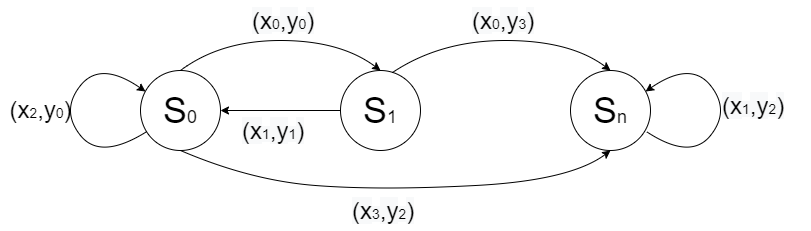
tchernets-maria/progectToNeo keeps this draw.io diagram as 1png.drawio.png. Above is the earlier version. Source tidied: cells renumbered, new cells last; positions are measured from the earlier drawing's top-left corner, leaving out a move shared by most shapes.
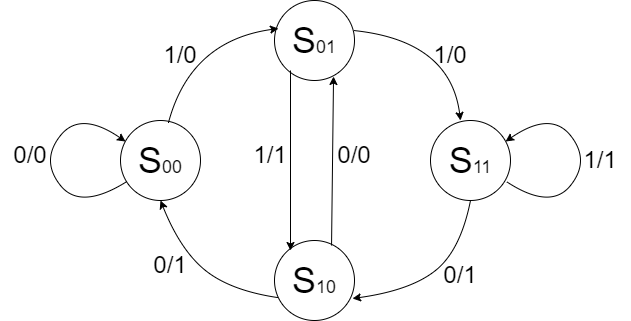
After the commit.

The edit, as a diff of the source:
```diff
@@ -2,44 +2,15 @@
   <root>
     <mxCell id="0" />
     <mxCell id="1" parent="0" />
-    <mxCell id="2" value="&lt;font style=&quot;&quot;&gt;&lt;font style=&quot;font-size: 36px;&quot;&gt;S&lt;/font&gt;&lt;font style=&quot;font-size: 18px;&quot;&gt;0&lt;/font&gt;&lt;/font&gt;" style="ellipse;whiteSpace=wrap;html=1;" parent="1" vertex="1">
+    <mxCell id="2" value="&lt;font style=&quot;&quot;&gt;&lt;font style=&quot;font-size: 36px;&quot;&gt;S&lt;/font&gt;&lt;font style=&quot;font-size: 18px;&quot;&gt;00&lt;/font&gt;&lt;/font&gt;" style="ellipse;whiteSpace=wrap;html=1;" parent="1" vertex="1">
       <mxGeometry x="140" y="70" width="80" height="80" as="geometry" />
     </mxCell>
-    <mxCell id="3" value="&lt;font style=&quot;font-size: 36px;&quot;&gt;S&lt;/font&gt;&lt;font style=&quot;font-size: 18px;&quot;&gt;1&lt;/font&gt;" style="ellipse;whiteSpace=wrap;html=1;" parent="1" vertex="1">
-      <mxGeometry x="340" y="70" width="80" height="80" as="geometry" />
+    <mxCell id="3" value="&lt;font style=&quot;font-size: 36px;&quot;&gt;S&lt;/font&gt;&lt;font style=&quot;font-size: 18px;&quot;&gt;0&lt;/font&gt;&lt;font style=&quot;font-size: 18px;&quot;&gt;1&lt;/font&gt;" style="ellipse;whiteSpace=wrap;html=1;" parent="1" vertex="1">
+      <mxGeometry x="294" y="-50" width="80" height="80" as="geometry" />
     </mxCell>
-    <mxCell id="4" value="&lt;font style=&quot;font-size: 36px;&quot;&gt;S&lt;/font&gt;&lt;font style=&quot;font-size: 18px;&quot;&gt;n&lt;/font&gt;" style="ellipse;whiteSpace=wrap;html=1;" parent="1" vertex="1">
-      <mxGeometry x="570" y="70" width="80" height="80" as="geometry" />
+    <mxCell id="4" value="&lt;font style=&quot;font-size: 36px;&quot;&gt;S&lt;/font&gt;&lt;font style=&quot;font-size: 18px;&quot;&gt;11&lt;/font&gt;" style="ellipse;whiteSpace=wrap;html=1;" parent="1" vertex="1">
+      <mxGeometry x="450" y="70" width="80" height="80" as="geometry" />
     </mxCell>
-    <mxCell id="5" style="curved=1;endArrow=classic;html=1;rounded=0;fontSize=18;exitX=0.5;exitY=0;exitDx=0;exitDy=0;entryX=0.5;entryY=0;entryDx=0;entryDy=0;" parent="1" edge="1" source="2" target="3">
-      <mxGeometry relative="1" as="geometry">
-        <Array as="points">
-          <mxPoint x="220" y="40" />
-          <mxPoint x="340" y="40" />
-        </Array>
-      </mxGeometry>
-    </mxCell>
-    <mxCell id="6" style="curved=1;endArrow=classic;html=1;rounded=0;fontSize=18;entryX=0.5;entryY=0;entryDx=0;entryDy=0;exitX=0.65;exitY=0.025;exitDx=0;exitDy=0;exitPerimeter=0;" parent="1" edge="1" source="3">
-      <mxGeometry relative="1" as="geometry">
-        <mxPoint x="610" y="70" as="targetPoint" />
-        <Array as="points">
-          <mxPoint x="440" y="40" />
-          <mxPoint x="570" y="40" />
-        </Array>
-      </mxGeometry>
-    </mxCell>
-    <mxCell id="7" style="curved=1;endArrow=classic;html=1;rounded=0;fontSize=18;entryX=0.5;entryY=1;entryDx=0;entryDy=0;exitX=0.5;exitY=1;exitDx=0;exitDy=0;" parent="1" edge="1" source="2" target="4">
-      <mxGeometry relative="1" as="geometry">
-        <Array as="points">
-          <mxPoint x="250" y="180" />
-          <mxPoint x="380" y="190" />
-          <mxPoint x="570" y="180" />
-        </Array>
-      </mxGeometry>
-    </mxCell>
-    <mxCell id="8" style="endArrow=classic;html=1;rounded=0;fontSize=18;entryX=1;entryY=0.5;entryDx=0;entryDy=0;exitX=0;exitY=0.5;exitDx=0;exitDy=0;" parent="1" edge="1" source="3" target="2">
-      <mxGeometry relative="1" as="geometry" />
-    </mxCell>
     <mxCell id="9" style="curved=1;endArrow=classic;html=1;rounded=0;fontSize=18;entryX=0.063;entryY=0.263;entryDx=0;entryDy=0;entryPerimeter=0;" parent="1" edge="1" source="2" target="2">
       <mxGeometry relative="1" as="geometry">
         <Array as="points">
@@ -51,32 +22,80 @@
     </mxCell>
     <mxCell id="10" style="curved=1;endArrow=classic;html=1;rounded=0;fontSize=18;entryX=0.063;entryY=0.263;entryDx=0;entryDy=0;entryPerimeter=0;" parent="1" edge="1">
       <mxGeometry relative="1" as="geometry">
-        <mxPoint x="646.1" y="131.2" as="sourcePoint" />
-        <mxPoint x="645" y="91" as="targetPoint" />
+        <mxPoint x="526.1" y="131.2" as="sourcePoint" />
+        <mxPoint x="525" y="91" as="targetPoint" />
         <Array as="points">
-          <mxPoint x="690" y="160" />
-          <mxPoint x="730" y="110" />
-          <mxPoint x="690" y="60" />
+          <mxPoint x="570" y="160" />
+          <mxPoint x="610" y="110" />
+          <mxPoint x="570" y="60" />
         </Array>
       </mxGeometry>
     </mxCell>
-    <mxCell id="11" value="&lt;font style=&quot;&quot;&gt;&lt;font style=&quot;font-size: 24px;&quot;&gt;(x&lt;/font&gt;&lt;font style=&quot;font-size: 14px;&quot;&gt;2&lt;/font&gt;&lt;font style=&quot;font-size: 24px;&quot;&gt;,y&lt;/font&gt;&lt;font style=&quot;font-size: 14px;&quot;&gt;0&lt;/font&gt;&lt;font style=&quot;font-size: 24px;&quot;&gt;)&lt;/font&gt;&lt;/font&gt;" style="text;html=1;align=center;verticalAlign=middle;strokeColor=none;fillColor=none;fontSize=18;" parent="1" vertex="1">
-      <mxGeometry y="95" width="80" height="30" as="geometry" />
-    </mxCell>
-    <mxCell id="12" value="&lt;font style=&quot;color: rgb(0, 0, 0); font-family: Helvetica; font-style: normal; font-variant-ligatures: normal; font-variant-caps: normal; font-weight: 400; letter-spacing: normal; orphans: 2; text-align: center; text-indent: 0px; text-transform: none; widows: 2; word-spacing: 0px; -webkit-text-stroke-width: 0px; background-color: rgb(248, 249, 250); text-decoration-thickness: initial; text-decoration-style: initial; text-decoration-color: initial; font-size: 24px;&quot;&gt;(x&lt;/font&gt;&lt;font style=&quot;color: rgb(0, 0, 0); font-family: Helvetica; font-style: normal; font-variant-ligatures: normal; font-variant-caps: normal; font-weight: 400; letter-spacing: normal; orphans: 2; text-align: center; text-indent: 0px; text-transform: none; widows: 2; word-spacing: 0px; -webkit-text-stroke-width: 0px; background-color: rgb(248, 249, 250); text-decoration-thickness: initial; text-decoration-style: initial; text-decoration-color: initial;&quot;&gt;1&lt;/font&gt;&lt;font style=&quot;color: rgb(0, 0, 0); font-family: Helvetica; font-style: normal; font-variant-ligatures: normal; font-variant-caps: normal; font-weight: 400; letter-spacing: normal; orphans: 2; text-align: center; text-indent: 0px; text-transform: none; widows: 2; word-spacing: 0px; -webkit-text-stroke-width: 0px; background-color: rgb(248, 249, 250); text-decoration-thickness: initial; text-decoration-style: initial; text-decoration-color: initial; font-size: 24px;&quot;&gt;,y&lt;/font&gt;&lt;font style=&quot;color: rgb(0, 0, 0); font-family: Helvetica; font-style: normal; font-variant-ligatures: normal; font-variant-caps: normal; font-weight: 400; letter-spacing: normal; orphans: 2; text-align: center; text-indent: 0px; text-transform: none; widows: 2; word-spacing: 0px; -webkit-text-stroke-width: 0px; background-color: rgb(248, 249, 250); text-decoration-thickness: initial; text-decoration-style: initial; text-decoration-color: initial;&quot;&gt;1&lt;/font&gt;&lt;font style=&quot;color: rgb(0, 0, 0); font-family: Helvetica; font-style: normal; font-variant-ligatures: normal; font-variant-caps: normal; font-weight: 400; letter-spacing: normal; orphans: 2; text-align: center; text-indent: 0px; text-transform: none; widows: 2; word-spacing: 0px; -webkit-text-stroke-width: 0px; background-color: rgb(248, 249, 250); text-decoration-thickness: initial; text-decoration-style: initial; text-decoration-color: initial; font-size: 24px;&quot;&gt;)&lt;/font&gt;" style="text;whiteSpace=wrap;html=1;fontSize=14;" parent="1" vertex="1">
-      <mxGeometry x="240" y="110" width="90" height="40" as="geometry" />
-    </mxCell>
-    <mxCell id="13" value="&lt;font style=&quot;color: rgb(0, 0, 0); font-family: Helvetica; font-style: normal; font-variant-ligatures: normal; font-variant-caps: normal; font-weight: 400; letter-spacing: normal; orphans: 2; text-align: center; text-indent: 0px; text-transform: none; widows: 2; word-spacing: 0px; -webkit-text-stroke-width: 0px; background-color: rgb(248, 249, 250); text-decoration-thickness: initial; text-decoration-style: initial; text-decoration-color: initial; font-size: 24px;&quot;&gt;(x&lt;/font&gt;&lt;font style=&quot;color: rgb(0, 0, 0); font-family: Helvetica; font-style: normal; font-variant-ligatures: normal; font-variant-caps: normal; font-weight: 400; letter-spacing: normal; orphans: 2; text-align: center; text-indent: 0px; text-transform: none; widows: 2; word-spacing: 0px; -webkit-text-stroke-width: 0px; background-color: rgb(248, 249, 250); text-decoration-thickness: initial; text-decoration-style: initial; text-decoration-color: initial;&quot;&gt;0&lt;/font&gt;&lt;font style=&quot;color: rgb(0, 0, 0); font-family: Helvetica; font-style: normal; font-variant-ligatures: normal; font-variant-caps: normal; font-weight: 400; letter-spacing: normal; orphans: 2; text-align: center; text-indent: 0px; text-transform: none; widows: 2; word-spacing: 0px; -webkit-text-stroke-width: 0px; background-color: rgb(248, 249, 250); text-decoration-thickness: initial; text-decoration-style: initial; text-decoration-color: initial; font-size: 24px;&quot;&gt;,y&lt;/font&gt;&lt;font style=&quot;color: rgb(0, 0, 0); font-family: Helvetica; font-style: normal; font-variant-ligatures: normal; font-variant-caps: normal; font-weight: 400; letter-spacing: normal; orphans: 2; text-align: center; text-indent: 0px; text-transform: none; widows: 2; word-spacing: 0px; -webkit-text-stroke-width: 0px; background-color: rgb(248, 249, 250); text-decoration-thickness: initial; text-decoration-style: initial; text-decoration-color: initial; font-size: 14px;&quot;&gt;0&lt;/font&gt;&lt;font style=&quot;color: rgb(0, 0, 0); font-family: Helvetica; font-style: normal; font-variant-ligatures: normal; font-variant-caps: normal; font-weight: 400; letter-spacing: normal; orphans: 2; text-align: center; text-indent: 0px; text-transform: none; widows: 2; word-spacing: 0px; -webkit-text-stroke-width: 0px; background-color: rgb(248, 249, 250); text-decoration-thickness: initial; text-decoration-style: initial; text-decoration-color: initial; font-size: 24px;&quot;&gt;)&lt;/font&gt;" style="text;whiteSpace=wrap;html=1;fontSize=14;" parent="1" vertex="1">
-      <mxGeometry x="250" width="90" height="40" as="geometry" />
-    </mxCell>
-    <mxCell id="14" value="&lt;font style=&quot;color: rgb(0, 0, 0); font-family: Helvetica; font-style: normal; font-variant-ligatures: normal; font-variant-caps: normal; font-weight: 400; letter-spacing: normal; orphans: 2; text-align: center; text-indent: 0px; text-transform: none; widows: 2; word-spacing: 0px; -webkit-text-stroke-width: 0px; background-color: rgb(248, 249, 250); text-decoration-thickness: initial; text-decoration-style: initial; text-decoration-color: initial; font-size: 24px;&quot;&gt;(x&lt;/font&gt;&lt;font style=&quot;color: rgb(0, 0, 0); font-family: Helvetica; font-style: normal; font-variant-ligatures: normal; font-variant-caps: normal; font-weight: 400; letter-spacing: normal; orphans: 2; text-align: center; text-indent: 0px; text-transform: none; widows: 2; word-spacing: 0px; -webkit-text-stroke-width: 0px; background-color: rgb(248, 249, 250); text-decoration-thickness: initial; text-decoration-style: initial; text-decoration-color: initial;&quot;&gt;0&lt;/font&gt;&lt;font style=&quot;color: rgb(0, 0, 0); font-family: Helvetica; font-style: normal; font-variant-ligatures: normal; font-variant-caps: normal; font-weight: 400; letter-spacing: normal; orphans: 2; text-align: center; text-indent: 0px; text-transform: none; widows: 2; word-spacing: 0px; -webkit-text-stroke-width: 0px; background-color: rgb(248, 249, 250); text-decoration-thickness: initial; text-decoration-style: initial; text-decoration-color: initial; font-size: 24px;&quot;&gt;,y&lt;/font&gt;&lt;font style=&quot;color: rgb(0, 0, 0); font-family: Helvetica; font-style: normal; font-variant-ligatures: normal; font-variant-caps: normal; font-weight: 400; letter-spacing: normal; orphans: 2; text-align: center; text-indent: 0px; text-transform: none; widows: 2; word-spacing: 0px; -webkit-text-stroke-width: 0px; background-color: rgb(248, 249, 250); text-decoration-thickness: initial; text-decoration-style: initial; text-decoration-color: initial;&quot;&gt;3&lt;/font&gt;&lt;font style=&quot;color: rgb(0, 0, 0); font-family: Helvetica; font-style: normal; font-variant-ligatures: normal; font-variant-caps: normal; font-weight: 400; letter-spacing: normal; orphans: 2; text-align: center; text-indent: 0px; text-transform: none; widows: 2; word-spacing: 0px; -webkit-text-stroke-width: 0px; background-color: rgb(248, 249, 250); text-decoration-thickness: initial; text-decoration-style: initial; text-decoration-color: initial; font-size: 24px;&quot;&gt;)&lt;/font&gt;" style="text;whiteSpace=wrap;html=1;fontSize=14;" parent="1" vertex="1">
-      <mxGeometry x="470" width="90" height="40" as="geometry" />
-    </mxCell>
-    <mxCell id="15" value="&lt;font style=&quot;color: rgb(0, 0, 0); font-family: Helvetica; font-style: normal; font-variant-ligatures: normal; font-variant-caps: normal; font-weight: 400; letter-spacing: normal; orphans: 2; text-align: center; text-indent: 0px; text-transform: none; widows: 2; word-spacing: 0px; -webkit-text-stroke-width: 0px; background-color: rgb(248, 249, 250); text-decoration-thickness: initial; text-decoration-style: initial; text-decoration-color: initial; font-size: 24px;&quot;&gt;(x&lt;/font&gt;&lt;font style=&quot;color: rgb(0, 0, 0); font-family: Helvetica; font-style: normal; font-variant-ligatures: normal; font-variant-caps: normal; font-weight: 400; letter-spacing: normal; orphans: 2; text-align: center; text-indent: 0px; text-transform: none; widows: 2; word-spacing: 0px; -webkit-text-stroke-width: 0px; background-color: rgb(248, 249, 250); text-decoration-thickness: initial; text-decoration-style: initial; text-decoration-color: initial;&quot;&gt;3&lt;/font&gt;&lt;font style=&quot;color: rgb(0, 0, 0); font-family: Helvetica; font-style: normal; font-variant-ligatures: normal; font-variant-caps: normal; font-weight: 400; letter-spacing: normal; orphans: 2; text-align: center; text-indent: 0px; text-transform: none; widows: 2; word-spacing: 0px; -webkit-text-stroke-width: 0px; background-color: rgb(248, 249, 250); text-decoration-thickness: initial; text-decoration-style: initial; text-decoration-color: initial; font-size: 24px;&quot;&gt;,y&lt;/font&gt;&lt;font style=&quot;color: rgb(0, 0, 0); font-family: Helvetica; font-style: normal; font-variant-ligatures: normal; font-variant-caps: normal; font-weight: 400; letter-spacing: normal; orphans: 2; text-align: center; text-indent: 0px; text-transform: none; widows: 2; word-spacing: 0px; -webkit-text-stroke-width: 0px; background-color: rgb(248, 249, 250); text-decoration-thickness: initial; text-decoration-style: initial; text-decoration-color: initial;&quot;&gt;2&lt;/font&gt;&lt;font style=&quot;color: rgb(0, 0, 0); font-family: Helvetica; font-style: normal; font-variant-ligatures: normal; font-variant-caps: normal; font-weight: 400; letter-spacing: normal; orphans: 2; text-align: center; text-indent: 0px; text-transform: none; widows: 2; word-spacing: 0px; -webkit-text-stroke-width: 0px; background-color: rgb(248, 249, 250); text-decoration-thickness: initial; text-decoration-style: initial; text-decoration-color: initial; font-size: 24px;&quot;&gt;)&lt;/font&gt;" style="text;whiteSpace=wrap;html=1;fontSize=14;" parent="1" vertex="1">
-      <mxGeometry x="350" y="190" width="90" height="40" as="geometry" />
-    </mxCell>
-    <mxCell id="16" value="&lt;font style=&quot;color: rgb(0, 0, 0); font-family: Helvetica; font-style: normal; font-variant-ligatures: normal; font-variant-caps: normal; font-weight: 400; letter-spacing: normal; orphans: 2; text-align: center; text-indent: 0px; text-transform: none; widows: 2; word-spacing: 0px; -webkit-text-stroke-width: 0px; background-color: rgb(248, 249, 250); text-decoration-thickness: initial; text-decoration-style: initial; text-decoration-color: initial; font-size: 24px;&quot;&gt;(x&lt;/font&gt;&lt;font style=&quot;color: rgb(0, 0, 0); font-family: Helvetica; font-style: normal; font-variant-ligatures: normal; font-variant-caps: normal; font-weight: 400; letter-spacing: normal; orphans: 2; text-align: center; text-indent: 0px; text-transform: none; widows: 2; word-spacing: 0px; -webkit-text-stroke-width: 0px; background-color: rgb(248, 249, 250); text-decoration-thickness: initial; text-decoration-style: initial; text-decoration-color: initial;&quot;&gt;1&lt;/font&gt;&lt;font style=&quot;color: rgb(0, 0, 0); font-family: Helvetica; font-style: normal; font-variant-ligatures: normal; font-variant-caps: normal; font-weight: 400; letter-spacing: normal; orphans: 2; text-align: center; text-indent: 0px; text-transform: none; widows: 2; word-spacing: 0px; -webkit-text-stroke-width: 0px; background-color: rgb(248, 249, 250); text-decoration-thickness: initial; text-decoration-style: initial; text-decoration-color: initial; font-size: 24px;&quot;&gt;,y&lt;/font&gt;&lt;font style=&quot;color: rgb(0, 0, 0); font-family: Helvetica; font-style: normal; font-variant-ligatures: normal; font-variant-caps: normal; font-weight: 400; letter-spacing: normal; orphans: 2; text-align: center; text-indent: 0px; text-transform: none; widows: 2; word-spacing: 0px; -webkit-text-stroke-width: 0px; background-color: rgb(248, 249, 250); text-decoration-thickness: initial; text-decoration-style: initial; text-decoration-color: initial;&quot;&gt;2&lt;/font&gt;&lt;font style=&quot;color: rgb(0, 0, 0); font-family: Helvetica; font-style: normal; font-variant-ligatures: normal; font-variant-caps: normal; font-weight: 400; letter-spacing: normal; orphans: 2; text-align: center; text-indent: 0px; text-transform: none; widows: 2; word-spacing: 0px; -webkit-text-stroke-width: 0px; background-color: rgb(248, 249, 250); text-decoration-thickness: initial; text-decoration-style: initial; text-decoration-color: initial; font-size: 24px;&quot;&gt;)&lt;/font&gt;" style="text;whiteSpace=wrap;html=1;fontSize=14;" parent="1" vertex="1">
-      <mxGeometry x="720" y="85" width="90" height="40" as="geometry" />
-    </mxCell>
+    <mxCell id="17" value="&lt;font style=&quot;font-size: 36px;&quot;&gt;S&lt;/font&gt;&lt;font style=&quot;font-size: 18px;&quot;&gt;10&lt;/font&gt;" style="ellipse;whiteSpace=wrap;html=1;" parent="1" vertex="1">
+      <mxGeometry x="294" y="190" width="80" height="80" as="geometry" />
+    </mxCell>
+    <mxCell id="5" style="curved=1;endArrow=classic;html=1;rounded=0;fontSize=18;exitX=0.6;exitY=0.025;exitDx=0;exitDy=0;exitPerimeter=0;entryX=0.05;entryY=0.35;entryDx=0;entryDy=0;entryPerimeter=0;" parent="1" edge="1" source="2" target="3">
+      <mxGeometry relative="1" as="geometry">
+        <Array as="points">
+          <mxPoint x="210" y="-10" />
+        </Array>
+      </mxGeometry>
+    </mxCell>
+    <mxCell id="18" style="curved=1;endArrow=classic;html=1;rounded=0;fontSize=18;exitX=0.038;exitY=0.713;exitDx=0;exitDy=0;exitPerimeter=0;entryX=0.5;entryY=1;entryDx=0;entryDy=0;" parent="1" edge="1" source="17" target="2">
+      <mxGeometry relative="1" as="geometry">
+        <Array as="points">
+          <mxPoint x="250" y="240" />
+          <mxPoint x="200" y="200" />
+        </Array>
+      </mxGeometry>
+    </mxCell>
+    <mxCell id="19" style="curved=1;endArrow=classic;html=1;rounded=0;fontSize=18;exitX=0.988;exitY=0.375;exitDx=0;exitDy=0;exitPerimeter=0;" parent="1" edge="1" source="3">
+      <mxGeometry relative="1" as="geometry">
+        <mxPoint x="480" y="70" as="targetPoint" />
+        <Array as="points">
+          <mxPoint x="470" y="-10" />
+        </Array>
+      </mxGeometry>
+    </mxCell>
+    <mxCell id="20" style="curved=1;endArrow=classic;html=1;rounded=0;fontSize=18;entryX=0.975;entryY=0.725;entryDx=0;entryDy=0;entryPerimeter=0;exitX=0.5;exitY=1;exitDx=0;exitDy=0;" parent="1" edge="1" source="4" target="17">
+      <mxGeometry relative="1" as="geometry">
+        <Array as="points">
+          <mxPoint x="480" y="200" />
+          <mxPoint x="430" y="240" />
+        </Array>
+      </mxGeometry>
+    </mxCell>
+    <mxCell id="21" style="endArrow=classic;html=1;rounded=0;fontSize=18;entryX=0.738;entryY=0.95;entryDx=0;entryDy=0;exitX=0.713;exitY=0.063;exitDx=0;exitDy=0;exitPerimeter=0;entryPerimeter=0;" parent="1" edge="1" source="17" target="3">
+      <mxGeometry relative="1" as="geometry" />
+    </mxCell>
+    <mxCell id="22" style="endArrow=classic;html=1;rounded=0;fontSize=18;exitX=0.2;exitY=0.875;exitDx=0;exitDy=0;exitPerimeter=0;" parent="1" edge="1" source="3">
+      <mxGeometry relative="1" as="geometry">
+        <mxPoint x="310" y="200" as="targetPoint" />
+      </mxGeometry>
+    </mxCell>
+    <mxCell id="23" value="&lt;font style=&quot;font-size: 24px;&quot;&gt;1/1&lt;/font&gt;" style="text;html=1;strokeColor=none;fillColor=none;align=center;verticalAlign=middle;whiteSpace=wrap;rounded=0;fontSize=18;" parent="1" vertex="1">
+      <mxGeometry x="260" y="90" width="60" height="30" as="geometry" />
+    </mxCell>
+    <mxCell id="24" value="&lt;font style=&quot;font-size: 24px;&quot;&gt;0/0&lt;/font&gt;" style="text;html=1;strokeColor=none;fillColor=none;align=center;verticalAlign=middle;whiteSpace=wrap;rounded=0;fontSize=18;" parent="1" vertex="1">
+      <mxGeometry x="344" y="90" width="60" height="30" as="geometry" />
+    </mxCell>
+    <mxCell id="25" value="&lt;font style=&quot;font-size: 24px;&quot;&gt;1/0&lt;/font&gt;" style="text;html=1;strokeColor=none;fillColor=none;align=center;verticalAlign=middle;whiteSpace=wrap;rounded=0;fontSize=18;" parent="1" vertex="1">
+      <mxGeometry x="440" y="-10" width="60" height="30" as="geometry" />
+    </mxCell>
+    <mxCell id="26" value="&lt;font style=&quot;font-size: 24px;&quot;&gt;1/0&lt;/font&gt;" style="text;html=1;strokeColor=none;fillColor=none;align=center;verticalAlign=middle;whiteSpace=wrap;rounded=0;fontSize=18;" parent="1" vertex="1">
+      <mxGeometry x="170" y="-10" width="60" height="30" as="geometry" />
+    </mxCell>
+    <mxCell id="27" value="&lt;font style=&quot;font-size: 24px;&quot;&gt;0/1&lt;/font&gt;" style="text;html=1;strokeColor=none;fillColor=none;align=center;verticalAlign=middle;whiteSpace=wrap;rounded=0;fontSize=18;" parent="1" vertex="1">
+      <mxGeometry x="160" y="200" width="60" height="30" as="geometry" />
+    </mxCell>
+    <mxCell id="28" value="&lt;font style=&quot;font-size: 24px;&quot;&gt;0/1&lt;/font&gt;" style="text;html=1;strokeColor=none;fillColor=none;align=center;verticalAlign=middle;whiteSpace=wrap;rounded=0;fontSize=18;" parent="1" vertex="1">
+      <mxGeometry x="450" y="210" width="60" height="30" as="geometry" />
+    </mxCell>
+    <mxCell id="29" value="&lt;font style=&quot;font-size: 24px;&quot;&gt;1/1&lt;/font&gt;" style="text;html=1;strokeColor=none;fillColor=none;align=center;verticalAlign=middle;whiteSpace=wrap;rounded=0;fontSize=18;" parent="1" vertex="1">
+      <mxGeometry x="590" y="95" width="60" height="30" as="geometry" />
+    </mxCell>
+    <mxCell id="30" value="&lt;font style=&quot;font-size: 24px;&quot;&gt;0/0&lt;/font&gt;" style="text;html=1;strokeColor=none;fillColor=none;align=center;verticalAlign=middle;whiteSpace=wrap;rounded=0;fontSize=18;" parent="1" vertex="1">
+      <mxGeometry x="20" y="90" width="60" height="30" as="geometry" />
+    </mxCell>
   </root>
 </mxGraphModel>
```
